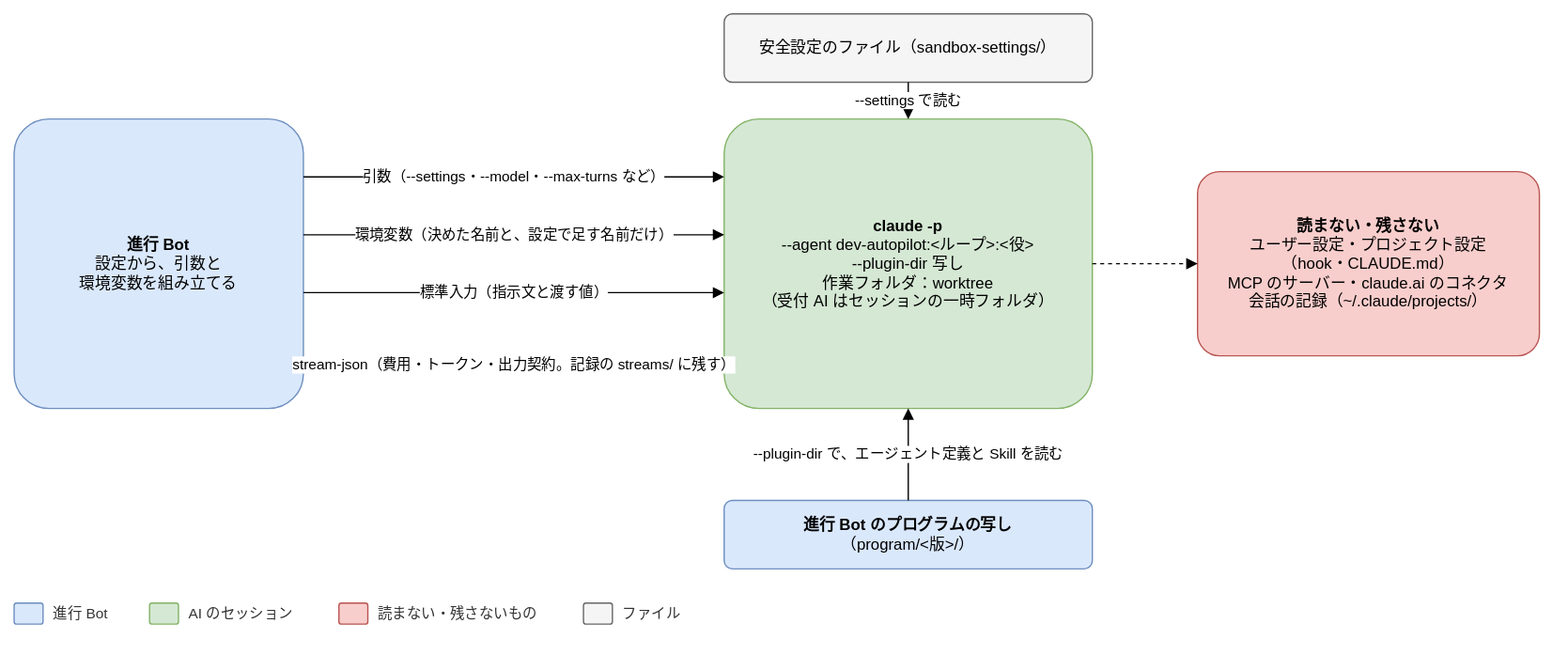
The draw.io diagram docs/design/basic/diagrams/03-launch.drawio.svg in Joymerrevent/dev-autopilot, before a commit. Source tidied: cells renumbered, new cells last; positions are measured from the earlier drawing's top-left corner, leaving out a move shared by most shapes.
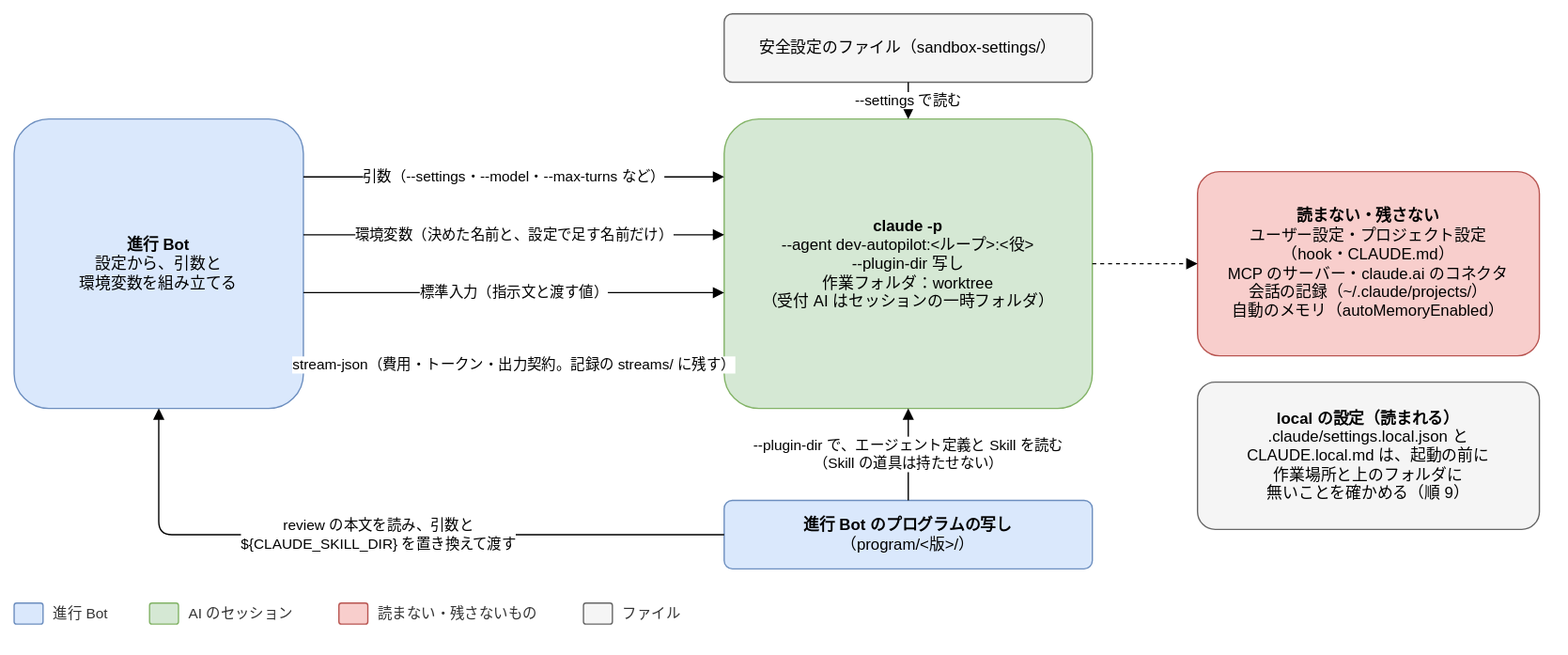
Later version of the same file.

Diff of the diagram source:
```diff
@@ -11,7 +11,7 @@
     <mxCell id="4" value="安全設定のファイル（sandbox-settings/）" style="rounded=1;whiteSpace=wrap;html=1;fontSize=12;arcSize=12;spacing=12;fillColor=#f5f5f5;strokeColor=#666666;" parent="1" vertex="1">
       <mxGeometry x="540" width="280" height="52" as="geometry" />
     </mxCell>
-    <mxCell id="5" value="&lt;b&gt;読まない・残さない&lt;/b&gt;&lt;br&gt;ユーザー設定・プロジェクト設定&lt;br&gt;（hook・CLAUDE.md）&lt;br&gt;MCP のサーバー・claude.ai のコネクタ&lt;br&gt;会話の記録（~/.claude/projects/）" style="rounded=1;whiteSpace=wrap;html=1;fontSize=12;arcSize=12;spacing=12;fillColor=#f8cecc;strokeColor=#b85450;" parent="1" vertex="1">
+    <mxCell id="5" value="&lt;b&gt;読まない・残さない&lt;/b&gt;&lt;br&gt;ユーザー設定・プロジェクト設定&lt;br&gt;（hook・CLAUDE.md）&lt;br&gt;MCP のサーバー・claude.ai のコネクタ&lt;br&gt;会話の記録（~/.claude/projects/）&lt;br&gt;自動のメモリ（autoMemoryEnabled）" style="rounded=1;whiteSpace=wrap;html=1;fontSize=12;arcSize=12;spacing=12;fillColor=#f8cecc;strokeColor=#b85450;" parent="1" vertex="1">
       <mxGeometry x="900" y="120" width="260" height="140" as="geometry" />
     </mxCell>
     <mxCell id="6" value="引数（--settings・--model・--max-turns など）" style="edgeStyle=orthogonalEdgeStyle;rounded=1;html=1;endArrow=block;endFill=1;fontSize=11;labelBackgroundColor=#ffffff;exitX=1;exitY=0.2;exitDx=0;exitDy=0;entryX=0;entryY=0.2;entryDx=0;entryDy=0;" parent="1" edge="1" source="2" target="3">
@@ -35,7 +35,7 @@
     <mxCell id="12" value="&lt;b&gt;進行 Bot のプログラムの写し&lt;/b&gt;（program/&amp;lt;版&amp;gt;/）" style="rounded=1;whiteSpace=wrap;html=1;fontSize=12;arcSize=12;spacing=12;fillColor=#dae8fc;strokeColor=#6c8ebf;" parent="1" vertex="1">
       <mxGeometry x="540" y="370" width="280" height="52" as="geometry" />
     </mxCell>
-    <mxCell id="13" value="--plugin-dir で、エージェント定義と Skill を読む" style="edgeStyle=orthogonalEdgeStyle;rounded=1;html=1;endArrow=block;endFill=1;fontSize=11;labelBackgroundColor=#ffffff;exitX=0.5;exitY=0;exitDx=0;exitDy=0;entryX=0.5;entryY=1;entryDx=0;entryDy=0;" parent="1" edge="1" source="12" target="3">
+    <mxCell id="13" value="--plugin-dir で、エージェント定義と Skill を読む&lt;br&gt;（Skill の道具は持たせない）" style="edgeStyle=orthogonalEdgeStyle;rounded=1;html=1;endArrow=block;endFill=1;fontSize=11;labelBackgroundColor=#ffffff;exitX=0.5;exitY=0;exitDx=0;exitDy=0;entryX=0.5;entryY=1;entryDx=0;entryDy=0;" parent="1" edge="1" source="12" target="3">
       <mxGeometry relative="1" as="geometry" />
     </mxCell>
     <mxCell id="14" style="rounded=1;whiteSpace=wrap;html=1;fontSize=12;arcSize=12;spacing=12;fillColor=#dae8fc;strokeColor=#6c8ebf;" parent="1" vertex="1">
@@ -62,5 +62,11 @@
     <mxCell id="21" value="ファイル" style="text;html=1;align=left;verticalAlign=middle;fontSize=11;fontColor=#333333;" parent="1" vertex="1">
       <mxGeometry x="461" y="446" width="58" height="20" as="geometry" />
     </mxCell>
+    <mxCell id="22" value="review の本文を読み、引数と&lt;br&gt;${CLAUDE_SKILL_DIR} を置き換えて渡す" style="edgeStyle=orthogonalEdgeStyle;rounded=1;html=1;endArrow=block;endFill=1;fontSize=11;labelBackgroundColor=#ffffff;exitX=0;exitY=0.5;exitDx=0;exitDy=0;entryX=0.5;entryY=1;entryDx=0;entryDy=0;" parent="1" edge="1" source="12" target="2">
+      <mxGeometry relative="1" as="geometry" />
+    </mxCell>
+    <mxCell id="23" value="&lt;b&gt;local の設定（読まれる）&lt;/b&gt;&lt;br&gt;.claude/settings.local.json と&lt;br&gt;CLAUDE.local.md は、起動の前に&lt;br&gt;作業場所と上のフォルダに&lt;br&gt;無いことを確かめる（順 9）" style="rounded=1;whiteSpace=wrap;html=1;fontSize=12;arcSize=12;spacing=12;fillColor=#f5f5f5;strokeColor=#666666;" parent="1" vertex="1">
+      <mxGeometry x="900" y="280" width="260" height="112" as="geometry" />
+    </mxCell>
   </root>
 </mxGraphModel>
```
